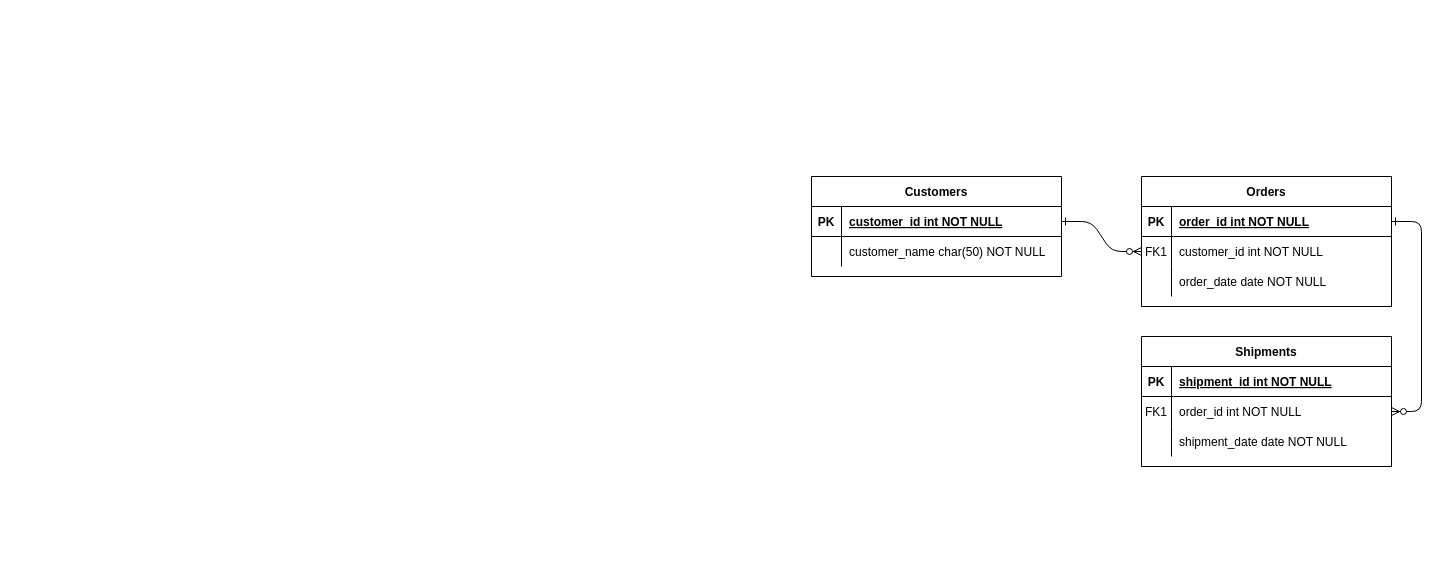
The draw.io diagram Examen.drawio in Fabbye3737/databases, before the edit. Source tidied: cells renumbered, new cells numbered last; positions are measured from the earlier drawing's top-left corner, leaving out a move shared by most shapes. Both pictures are drawn from the tidied source at 100%, with x=0, y=0 at pixel (811, 176).
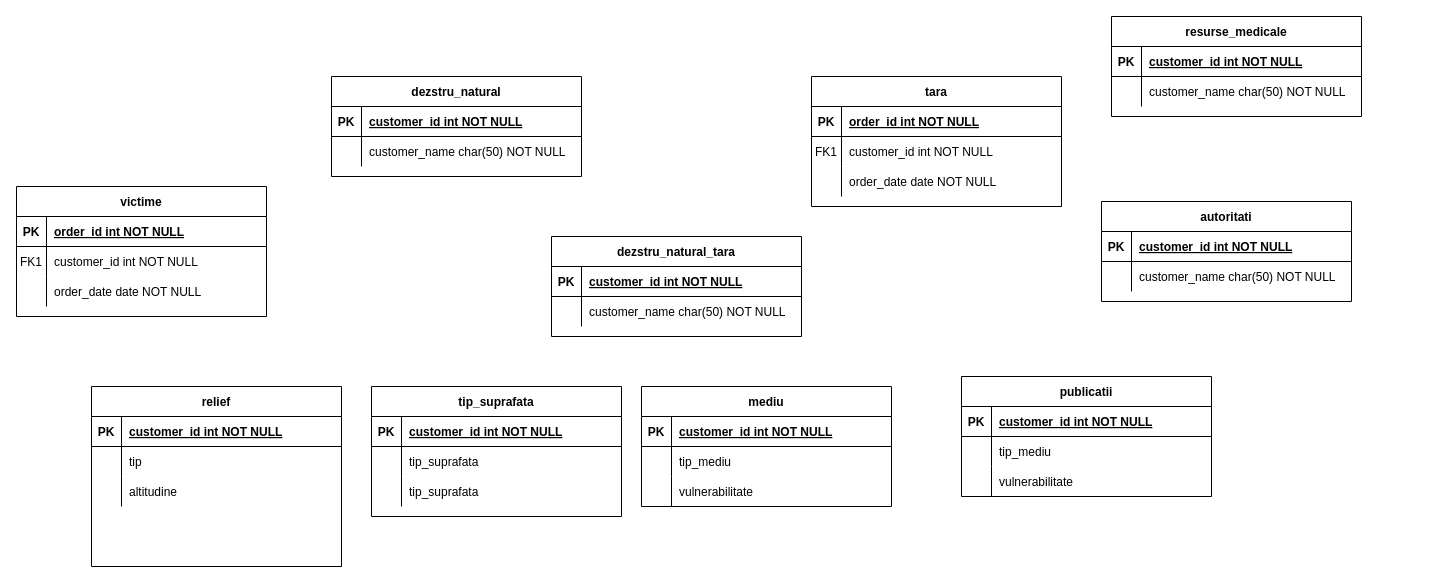
The same diagram, later.

Unchanged cells that the change refers to:
```xml
<mxCell id="5" style="shape=partialRectangle;fillColor=none;points=[[0,0.5],[1,0.5]];portConstraint=eastwest;top=0;left=0;right=0;bottom=1;" parent="4" vertex="1">
  <mxGeometry y="30" width="250" height="30" as="geometry" />
</mxCell>
<mxCell id="8" style="shape=partialRectangle;fillColor=none;points=[[0,0.5],[1,0.5]];portConstraint=eastwest;top=0;left=0;right=0;bottom=0;" parent="4" vertex="1">
  <mxGeometry y="60" width="250" height="30" as="geometry" />
</mxCell>
<mxCell id="25" style="shape=partialRectangle;fillColor=none;points=[[0,0.5],[1,0.5]];portConstraint=eastwest;top=0;left=0;right=0;bottom=1;" parent="24" vertex="1">
  <mxGeometry y="30" width="250" height="30" as="geometry" />
</mxCell>
```

Change to the diagram source:
```diff
@@
-    <mxCell id="2" style="edgeStyle=entityRelationEdgeStyle;endArrow=ERzeroToMany;startArrow=ERone;endFill=1;startFill=0;" parent="1" edge="1" source="25" target="8">
-      <mxGeometry relative="1" as="geometry" />
-    </mxCell>
-    <mxCell id="3" style="edgeStyle=entityRelationEdgeStyle;endArrow=ERzeroToMany;startArrow=ERone;endFill=1;startFill=0;" parent="1" edge="1" source="5" target="18">
-      <mxGeometry relative="1" as="geometry" />
-    </mxCell>
-    <mxCell id="4" value="Orders" style="shape=table;startSize=30;childLayout=tableLayout;rowLines=0;fontStyle=1;align=center;" parent="1" vertex="1">
-      <mxGeometry x="330" width="250" height="130" as="geometry" />
+    <mxCell id="4" value="tara" style="shape=table;startSize=30;childLayout=tableLayout;rowLines=0;fontStyle=1;align=center;" parent="1" vertex="1">
+      <mxGeometry y="-100" width="250" height="130" as="geometry" />
     </mxCell>
@@
-    <mxCell id="14" value="Shipments" style="shape=table;startSize=30;childLayout=tableLayout;rowLines=0;fontStyle=1;align=center;" parent="1" vertex="1">
-      <mxGeometry x="330" y="160" width="250" height="130" as="geometry" />
-    </mxCell>
-    <mxCell id="15" style="shape=partialRectangle;fillColor=none;top=0;left=0;right=0;bottom=1;" parent="14" vertex="1">
-      <mxGeometry y="30" width="250" height="30" as="geometry" />
-    </mxCell>
-    <mxCell id="16" value="PK" style="shape=partialRectangle;overflow=hidden;fillColor=none;top=0;left=0;bottom=0;right=0;fontStyle=1;" parent="15" vertex="1">
-      <mxGeometry width="30" height="30" as="geometry" />
-    </mxCell>
-    <mxCell id="17" value="shipment_id int NOT NULL " style="shape=partialRectangle;overflow=hidden;fillColor=none;top=0;left=0;bottom=0;right=0;align=left;spacingLeft=6;fontStyle=5;" parent="15" vertex="1">
-      <mxGeometry x="30" width="220" height="30" as="geometry" />
-    </mxCell>
-    <mxCell id="18" style="shape=partialRectangle;fillColor=none;points=[[0,0.5],[1,0.5]];portConstraint=eastwest;top=0;left=0;right=0;bottom=0;" parent="14" vertex="1">
-      <mxGeometry y="60" width="250" height="30" as="geometry" />
-    </mxCell>
-    <mxCell id="19" value="FK1" style="shape=partialRectangle;overflow=hidden;fillColor=none;top=0;left=0;bottom=0;right=0;" parent="18" vertex="1">
-      <mxGeometry width="30" height="30" as="geometry" />
-    </mxCell>
-    <mxCell id="20" value="order_id int NOT NULL" style="shape=partialRectangle;overflow=hidden;fillColor=none;top=0;left=0;bottom=0;right=0;align=left;spacingLeft=6;" parent="18" vertex="1">
-      <mxGeometry x="30" width="220" height="30" as="geometry" />
-    </mxCell>
-    <mxCell id="21" style="shape=partialRectangle;fillColor=none;top=0;left=0;right=0;bottom=0;" parent="14" vertex="1">
-      <mxGeometry y="90" width="250" height="30" as="geometry" />
-    </mxCell>
-    <mxCell id="22" style="shape=partialRectangle;overflow=hidden;fillColor=none;top=0;left=0;bottom=0;right=0;" parent="21" vertex="1">
-      <mxGeometry width="30" height="30" as="geometry" />
-    </mxCell>
-    <mxCell id="23" value="shipment_date date NOT NULL" style="shape=partialRectangle;overflow=hidden;fillColor=none;top=0;left=0;bottom=0;right=0;align=left;spacingLeft=6;" parent="21" vertex="1">
-      <mxGeometry x="30" width="220" height="30" as="geometry" />
-    </mxCell>
-    <mxCell id="24" value="Customers" style="shape=table;startSize=30;childLayout=tableLayout;rowLines=0;fontStyle=1;align=center;" parent="1" vertex="1">
-      <mxGeometry width="250" height="100" as="geometry" />
+    <mxCell id="24" value="dezstru_natural" style="shape=table;startSize=30;childLayout=tableLayout;rowLines=0;fontStyle=1;align=center;" parent="1" vertex="1">
+      <mxGeometry x="-480" y="-100" width="250" height="100" as="geometry" />
     </mxCell>
@@
+    <mxCell id="31" value="relief" style="shape=table;startSize=30;childLayout=tableLayout;rowLines=0;fontStyle=1;align=center;" parent="1" vertex="1">
+      <mxGeometry x="-720" y="210" width="250" height="180" as="geometry" />
+    </mxCell>
+    <mxCell id="32" style="shape=partialRectangle;fillColor=none;top=0;left=0;right=0;bottom=1;" parent="31" vertex="1">
+      <mxGeometry y="30" width="250" height="30" as="geometry" />
+    </mxCell>
+    <mxCell id="33" value="PK" style="shape=partialRectangle;overflow=hidden;fillColor=none;top=0;left=0;bottom=0;right=0;fontStyle=1;" parent="32" vertex="1">
+      <mxGeometry width="30" height="30" as="geometry" />
+    </mxCell>
+    <mxCell id="34" value="customer_id int NOT NULL " style="shape=partialRectangle;overflow=hidden;fillColor=none;top=0;left=0;bottom=0;right=0;align=left;spacingLeft=6;fontStyle=5;" parent="32" vertex="1">
+      <mxGeometry x="30" width="220" height="30" as="geometry" />
+    </mxCell>
+    <mxCell id="35" style="shape=partialRectangle;fillColor=none;top=0;left=0;right=0;bottom=0;" parent="31" vertex="1">
+      <mxGeometry y="60" width="250" height="30" as="geometry" />
+    </mxCell>
+    <mxCell id="36" style="shape=partialRectangle;overflow=hidden;fillColor=none;top=0;left=0;bottom=0;right=0;" parent="35" vertex="1">
+      <mxGeometry width="30" height="30" as="geometry" />
+    </mxCell>
+    <mxCell id="37" value="tip" style="shape=partialRectangle;overflow=hidden;fillColor=none;top=0;left=0;bottom=0;right=0;align=left;spacingLeft=6;" parent="35" vertex="1">
+      <mxGeometry x="30" width="220" height="30" as="geometry" />
+    </mxCell>
+    <mxCell id="38" style="shape=partialRectangle;fillColor=none;top=0;left=0;right=0;bottom=0;" parent="31" vertex="1">
+      <mxGeometry y="90" width="250" height="30" as="geometry" />
+    </mxCell>
+    <mxCell id="39" style="shape=partialRectangle;overflow=hidden;fillColor=none;top=0;left=0;bottom=0;right=0;" parent="38" vertex="1">
+      <mxGeometry width="30" height="30" as="geometry" />
+    </mxCell>
+    <mxCell id="40" value="altitudine" style="shape=partialRectangle;overflow=hidden;fillColor=none;top=0;left=0;bottom=0;right=0;align=left;spacingLeft=6;" parent="38" vertex="1">
+      <mxGeometry x="30" width="220" height="30" as="geometry" />
+    </mxCell>
+    <mxCell id="41" value="tip_suprafata" style="shape=table;startSize=30;childLayout=tableLayout;rowLines=0;fontStyle=1;align=center;" parent="1" vertex="1">
+      <mxGeometry x="-440" y="210" width="250" height="130" as="geometry" />
+    </mxCell>
+    <mxCell id="42" style="shape=partialRectangle;fillColor=none;top=0;left=0;right=0;bottom=1;" parent="41" vertex="1">
+      <mxGeometry y="30" width="250" height="30" as="geometry" />
+    </mxCell>
+    <mxCell id="43" value="PK" style="shape=partialRectangle;overflow=hidden;fillColor=none;top=0;left=0;bottom=0;right=0;fontStyle=1;" parent="42" vertex="1">
+      <mxGeometry width="30" height="30" as="geometry" />
+    </mxCell>
+    <mxCell id="44" value="customer_id int NOT NULL " style="shape=partialRectangle;overflow=hidden;fillColor=none;top=0;left=0;bottom=0;right=0;align=left;spacingLeft=6;fontStyle=5;" parent="42" vertex="1">
+      <mxGeometry x="30" width="220" height="30" as="geometry" />
+    </mxCell>
+    <mxCell id="45" style="shape=partialRectangle;fillColor=none;top=0;left=0;right=0;bottom=0;" parent="41" vertex="1">
+      <mxGeometry y="60" width="250" height="30" as="geometry" />
+    </mxCell>
+    <mxCell id="46" style="shape=partialRectangle;overflow=hidden;fillColor=none;top=0;left=0;bottom=0;right=0;" parent="45" vertex="1">
+      <mxGeometry width="30" height="30" as="geometry" />
+    </mxCell>
+    <mxCell id="47" value="tip_suprafata" style="shape=partialRectangle;overflow=hidden;fillColor=none;top=0;left=0;bottom=0;right=0;align=left;spacingLeft=6;" parent="45" vertex="1">
+      <mxGeometry x="30" width="220" height="30" as="geometry" />
+    </mxCell>
+    <mxCell id="48" style="shape=partialRectangle;fillColor=none;top=0;left=0;right=0;bottom=0;" parent="41" vertex="1">
+      <mxGeometry y="90" width="250" height="30" as="geometry" />
+    </mxCell>
+    <mxCell id="49" style="shape=partialRectangle;overflow=hidden;fillColor=none;top=0;left=0;bottom=0;right=0;" parent="48" vertex="1">
+      <mxGeometry width="30" height="30" as="geometry" />
+    </mxCell>
+    <mxCell id="50" value="tip_suprafata" style="shape=partialRectangle;overflow=hidden;fillColor=none;top=0;left=0;bottom=0;right=0;align=left;spacingLeft=6;" parent="48" vertex="1">
+      <mxGeometry x="30" width="220" height="30" as="geometry" />
+    </mxCell>
+    <mxCell id="51" value="victime" style="shape=table;startSize=30;childLayout=tableLayout;rowLines=0;fontStyle=1;align=center;" parent="1" vertex="1">
+      <mxGeometry x="-795" y="10" width="250" height="130" as="geometry" />
+    </mxCell>
+    <mxCell id="52" style="shape=partialRectangle;fillColor=none;top=0;left=0;right=0;bottom=1;" parent="51" vertex="1">
+      <mxGeometry y="30" width="250" height="30" as="geometry" />
+    </mxCell>
+    <mxCell id="53" value="PK" style="shape=partialRectangle;overflow=hidden;fillColor=none;top=0;left=0;bottom=0;right=0;fontStyle=1;" parent="52" vertex="1">
+      <mxGeometry width="30" height="30" as="geometry" />
+    </mxCell>
+    <mxCell id="20" value="order_id int NOT NULL " style="shape=partialRectangle;overflow=hidden;fillColor=none;top=0;left=0;bottom=0;right=0;align=left;spacingLeft=6;fontStyle=5;" parent="52" vertex="1">
+      <mxGeometry x="30" width="220" height="30" as="geometry" />
+    </mxCell>
+    <mxCell id="54" style="shape=partialRectangle;fillColor=none;top=0;left=0;right=0;bottom=0;" parent="51" vertex="1">
+      <mxGeometry y="60" width="250" height="30" as="geometry" />
+    </mxCell>
+    <mxCell id="19" value="FK1" style="shape=partialRectangle;overflow=hidden;fillColor=none;top=0;left=0;bottom=0;right=0;" parent="54" vertex="1">
+      <mxGeometry width="30" height="30" as="geometry" />
+    </mxCell>
+    <mxCell id="55" value="customer_id int NOT NULL" style="shape=partialRectangle;overflow=hidden;fillColor=none;top=0;left=0;bottom=0;right=0;align=left;spacingLeft=6;" parent="54" vertex="1">
+      <mxGeometry x="30" width="220" height="30" as="geometry" />
+    </mxCell>
+    <mxCell id="56" style="shape=partialRectangle;fillColor=none;top=0;left=0;right=0;bottom=0;" parent="51" vertex="1">
+      <mxGeometry y="90" width="250" height="30" as="geometry" />
+    </mxCell>
+    <mxCell id="57" style="shape=partialRectangle;overflow=hidden;fillColor=none;top=0;left=0;bottom=0;right=0;" parent="56" vertex="1">
+      <mxGeometry width="30" height="30" as="geometry" />
+    </mxCell>
+    <mxCell id="58" value="order_date date NOT NULL" style="shape=partialRectangle;overflow=hidden;fillColor=none;top=0;left=0;bottom=0;right=0;align=left;spacingLeft=6;" parent="56" vertex="1">
+      <mxGeometry x="30" width="220" height="30" as="geometry" />
+    </mxCell>
+    <mxCell id="59" value="mediu" style="shape=table;startSize=30;childLayout=tableLayout;rowLines=0;fontStyle=1;align=center;" parent="1" vertex="1">
+      <mxGeometry x="-170" y="210" width="250" height="120" as="geometry" />
+    </mxCell>
+    <mxCell id="60" style="shape=partialRectangle;fillColor=none;top=0;left=0;right=0;bottom=1;" parent="59" vertex="1">
+      <mxGeometry y="30" width="250" height="30" as="geometry" />
+    </mxCell>
+    <mxCell id="61" value="PK" style="shape=partialRectangle;overflow=hidden;fillColor=none;top=0;left=0;bottom=0;right=0;fontStyle=1;" parent="60" vertex="1">
+      <mxGeometry width="30" height="30" as="geometry" />
+    </mxCell>
+    <mxCell id="62" value="customer_id int NOT NULL " style="shape=partialRectangle;overflow=hidden;fillColor=none;top=0;left=0;bottom=0;right=0;align=left;spacingLeft=6;fontStyle=5;" parent="60" vertex="1">
+      <mxGeometry x="30" width="220" height="30" as="geometry" />
+    </mxCell>
+    <mxCell id="63" style="shape=partialRectangle;fillColor=none;top=0;left=0;right=0;bottom=0;" parent="59" vertex="1">
+      <mxGeometry y="60" width="250" height="30" as="geometry" />
+    </mxCell>
+    <mxCell id="64" style="shape=partialRectangle;overflow=hidden;fillColor=none;top=0;left=0;bottom=0;right=0;" parent="63" vertex="1">
+      <mxGeometry width="30" height="30" as="geometry" />
+    </mxCell>
+    <mxCell id="65" value="tip_mediu" style="shape=partialRectangle;overflow=hidden;fillColor=none;top=0;left=0;bottom=0;right=0;align=left;spacingLeft=6;" parent="63" vertex="1">
+      <mxGeometry x="30" width="220" height="30" as="geometry" />
+    </mxCell>
+    <mxCell id="66" style="shape=partialRectangle;fillColor=none;top=0;left=0;right=0;bottom=0;" parent="59" vertex="1">
+      <mxGeometry y="90" width="250" height="30" as="geometry" />
+    </mxCell>
+    <mxCell id="67" style="shape=partialRectangle;overflow=hidden;fillColor=none;top=0;left=0;bottom=0;right=0;" parent="66" vertex="1">
+      <mxGeometry width="30" height="30" as="geometry" />
+    </mxCell>
+    <mxCell id="68" value="vulnerabilitate" style="shape=partialRectangle;overflow=hidden;fillColor=none;top=0;left=0;bottom=0;right=0;align=left;spacingLeft=6;" parent="66" vertex="1">
+      <mxGeometry x="30" width="220" height="30" as="geometry" />
+    </mxCell>
+    <mxCell id="69" value="autoritati" style="shape=table;startSize=30;childLayout=tableLayout;rowLines=0;fontStyle=1;align=center;" parent="1" vertex="1">
+      <mxGeometry x="290" y="25" width="250" height="100" as="geometry" />
+    </mxCell>
+    <mxCell id="70" style="shape=partialRectangle;fillColor=none;top=0;left=0;right=0;bottom=1;" parent="69" vertex="1">
+      <mxGeometry y="30" width="250" height="30" as="geometry" />
+    </mxCell>
+    <mxCell id="71" value="PK" style="shape=partialRectangle;overflow=hidden;fillColor=none;top=0;left=0;bottom=0;right=0;fontStyle=1;" parent="70" vertex="1">
+      <mxGeometry width="30" height="30" as="geometry" />
+    </mxCell>
+    <mxCell id="72" value="customer_id int NOT NULL " style="shape=partialRectangle;overflow=hidden;fillColor=none;top=0;left=0;bottom=0;right=0;align=left;spacingLeft=6;fontStyle=5;" parent="70" vertex="1">
+      <mxGeometry x="30" width="220" height="30" as="geometry" />
+    </mxCell>
+    <mxCell id="73" style="shape=partialRectangle;fillColor=none;top=0;left=0;right=0;bottom=0;" parent="69" vertex="1">
+      <mxGeometry y="60" width="250" height="30" as="geometry" />
+    </mxCell>
+    <mxCell id="74" style="shape=partialRectangle;overflow=hidden;fillColor=none;top=0;left=0;bottom=0;right=0;" parent="73" vertex="1">
+      <mxGeometry width="30" height="30" as="geometry" />
+    </mxCell>
+    <mxCell id="75" value="customer_name char(50) NOT NULL" style="shape=partialRectangle;overflow=hidden;fillColor=none;top=0;left=0;bottom=0;right=0;align=left;spacingLeft=6;" parent="73" vertex="1">
+      <mxGeometry x="30" width="220" height="30" as="geometry" />
+    </mxCell>
+    <mxCell id="76" value="resurse_medicale" style="shape=table;startSize=30;childLayout=tableLayout;rowLines=0;fontStyle=1;align=center;" parent="1" vertex="1">
+      <mxGeometry x="300" y="-160" width="250" height="100" as="geometry" />
+    </mxCell>
+    <mxCell id="77" style="shape=partialRectangle;fillColor=none;top=0;left=0;right=0;bottom=1;" parent="76" vertex="1">
+      <mxGeometry y="30" width="250" height="30" as="geometry" />
+    </mxCell>
+    <mxCell id="78" value="PK" style="shape=partialRectangle;overflow=hidden;fillColor=none;top=0;left=0;bottom=0;right=0;fontStyle=1;" parent="77" vertex="1">
+      <mxGeometry width="30" height="30" as="geometry" />
+    </mxCell>
+    <mxCell id="79" value="customer_id int NOT NULL " style="shape=partialRectangle;overflow=hidden;fillColor=none;top=0;left=0;bottom=0;right=0;align=left;spacingLeft=6;fontStyle=5;" parent="77" vertex="1">
+      <mxGeometry x="30" width="220" height="30" as="geometry" />
+    </mxCell>
+    <mxCell id="80" style="shape=partialRectangle;fillColor=none;top=0;left=0;right=0;bottom=0;" parent="76" vertex="1">
+      <mxGeometry y="60" width="250" height="30" as="geometry" />
+    </mxCell>
+    <mxCell id="81" style="shape=partialRectangle;overflow=hidden;fillColor=none;top=0;left=0;bottom=0;right=0;" parent="80" vertex="1">
+      <mxGeometry width="30" height="30" as="geometry" />
+    </mxCell>
+    <mxCell id="82" value="customer_name char(50) NOT NULL" style="shape=partialRectangle;overflow=hidden;fillColor=none;top=0;left=0;bottom=0;right=0;align=left;spacingLeft=6;" parent="80" vertex="1">
+      <mxGeometry x="30" width="220" height="30" as="geometry" />
+    </mxCell>
+    <mxCell id="83" value="dezstru_natural_tara" style="shape=table;startSize=30;childLayout=tableLayout;rowLines=0;fontStyle=1;align=center;" parent="1" vertex="1">
+      <mxGeometry x="-260" y="60" width="250" height="100" as="geometry" />
+    </mxCell>
+    <mxCell id="84" style="shape=partialRectangle;fillColor=none;top=0;left=0;right=0;bottom=1;" parent="83" vertex="1">
+      <mxGeometry y="30" width="250" height="30" as="geometry" />
+    </mxCell>
+    <mxCell id="85" value="PK" style="shape=partialRectangle;overflow=hidden;fillColor=none;top=0;left=0;bottom=0;right=0;fontStyle=1;" parent="84" vertex="1">
+      <mxGeometry width="30" height="30" as="geometry" />
+    </mxCell>
+    <mxCell id="86" value="customer_id int NOT NULL " style="shape=partialRectangle;overflow=hidden;fillColor=none;top=0;left=0;bottom=0;right=0;align=left;spacingLeft=6;fontStyle=5;" parent="84" vertex="1">
+      <mxGeometry x="30" width="220" height="30" as="geometry" />
+    </mxCell>
+    <mxCell id="87" style="shape=partialRectangle;fillColor=none;top=0;left=0;right=0;bottom=0;" parent="83" vertex="1">
+      <mxGeometry y="60" width="250" height="30" as="geometry" />
+    </mxCell>
+    <mxCell id="88" style="shape=partialRectangle;overflow=hidden;fillColor=none;top=0;left=0;bottom=0;right=0;" parent="87" vertex="1">
+      <mxGeometry width="30" height="30" as="geometry" />
+    </mxCell>
+    <mxCell id="89" value="customer_name char(50) NOT NULL" style="shape=partialRectangle;overflow=hidden;fillColor=none;top=0;left=0;bottom=0;right=0;align=left;spacingLeft=6;" parent="87" vertex="1">
+      <mxGeometry x="30" width="220" height="30" as="geometry" />
+    </mxCell>
+    <mxCell id="90" value="publicatii" style="shape=table;startSize=30;childLayout=tableLayout;rowLines=0;fontStyle=1;align=center;" parent="1" vertex="1">
+      <mxGeometry x="150" y="200" width="250" height="120" as="geometry" />
+    </mxCell>
+    <mxCell id="91" style="shape=partialRectangle;fillColor=none;top=0;left=0;right=0;bottom=1;" parent="90" vertex="1">
+      <mxGeometry y="30" width="250" height="30" as="geometry" />
+    </mxCell>
+    <mxCell id="92" value="PK" style="shape=partialRectangle;overflow=hidden;fillColor=none;top=0;left=0;bottom=0;right=0;fontStyle=1;" parent="91" vertex="1">
+      <mxGeometry width="30" height="30" as="geometry" />
+    </mxCell>
+    <mxCell id="93" value="customer_id int NOT NULL " style="shape=partialRectangle;overflow=hidden;fillColor=none;top=0;left=0;bottom=0;right=0;align=left;spacingLeft=6;fontStyle=5;" parent="91" vertex="1">
+      <mxGeometry x="30" width="220" height="30" as="geometry" />
+    </mxCell>
+    <mxCell id="94" style="shape=partialRectangle;fillColor=none;top=0;left=0;right=0;bottom=0;" parent="90" vertex="1">
+      <mxGeometry y="60" width="250" height="30" as="geometry" />
+    </mxCell>
+    <mxCell id="95" style="shape=partialRectangle;overflow=hidden;fillColor=none;top=0;left=0;bottom=0;right=0;" parent="94" vertex="1">
+      <mxGeometry width="30" height="30" as="geometry" />
+    </mxCell>
+    <mxCell id="96" value="tip_mediu" style="shape=partialRectangle;overflow=hidden;fillColor=none;top=0;left=0;bottom=0;right=0;align=left;spacingLeft=6;" parent="94" vertex="1">
+      <mxGeometry x="30" width="220" height="30" as="geometry" />
+    </mxCell>
+    <mxCell id="97" style="shape=partialRectangle;fillColor=none;top=0;left=0;right=0;bottom=0;" parent="90" vertex="1">
+      <mxGeometry y="90" width="250" height="30" as="geometry" />
+    </mxCell>
+    <mxCell id="98" style="shape=partialRectangle;overflow=hidden;fillColor=none;top=0;left=0;bottom=0;right=0;" parent="97" vertex="1">
+      <mxGeometry width="30" height="30" as="geometry" />
+    </mxCell>
+    <mxCell id="99" value="vulnerabilitate" style="shape=partialRectangle;overflow=hidden;fillColor=none;top=0;left=0;bottom=0;right=0;align=left;spacingLeft=6;" parent="97" vertex="1">
+      <mxGeometry x="30" width="220" height="30" as="geometry" />
+    </mxCell>
```
